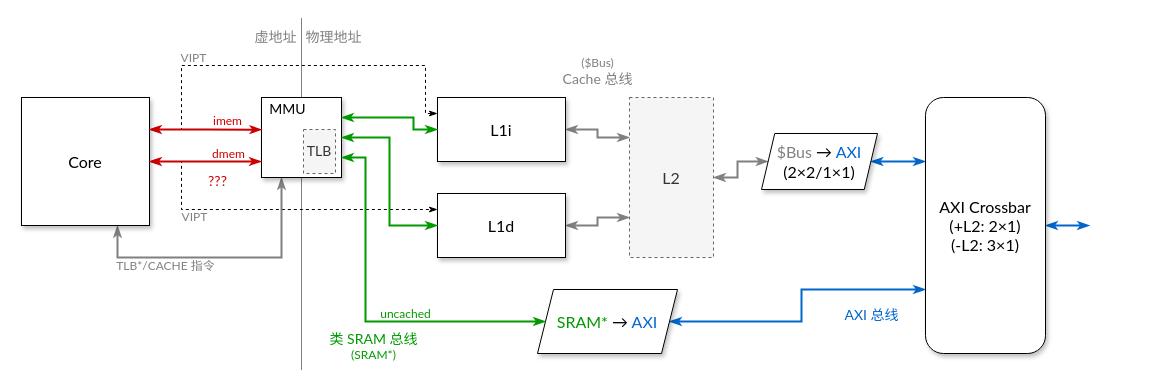
Above: cache/assets/architecture.drawio in NSCSCC-2020-Fudan/FDU1.1-NSCSCC (draw.io), before the change. Source tidied: cells renumbered, new cells numbered last; positions are measured from the earlier drawing's top-left corner, leaving out a move shared by most shapes. Both pictures are drawn from the tidied source at 100%, with x=0, y=0 at pixel (21, 17).
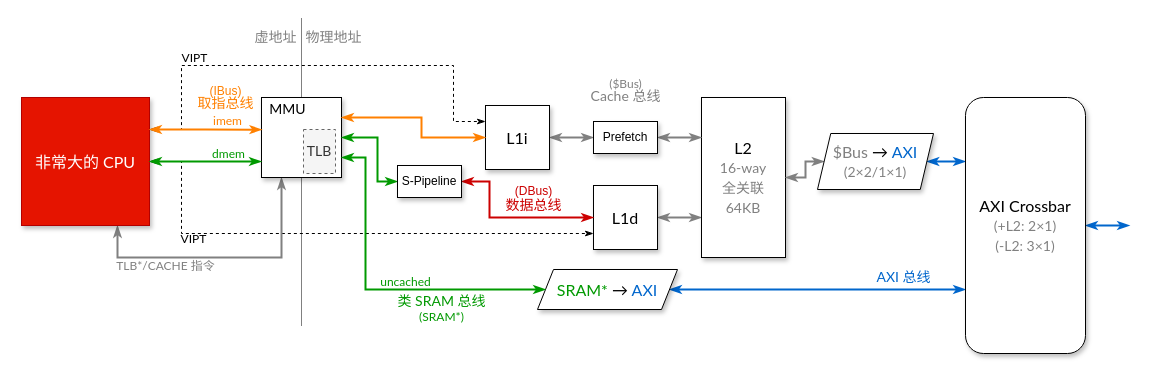
Above is the later version.

The change refers to these unchanged cells:
```xml
<mxCell id="10" style="whiteSpace=wrap;html=1;fontFamily=Lato;fontSize=16;shadow=1;" parent="1" vertex="1">
  <mxGeometry x="240" y="80" width="80" height="80" as="geometry" />
</mxCell>
```

Change to the diagram source:
```diff
@@
     <mxCell id="2" style="endArrow=none;html=1;strokeWidth=1;fontFamily=Lato;fontSize=12;fontColor=#CC0000;dashed=1;dashPattern=1 1;" parent="1" edge="1">
       <mxGeometry relative="1" as="geometry">
-        <mxPoint x="280" y="352" as="sourcePoint" />
+        <mxPoint x="280" y="308" as="sourcePoint" />
         <mxPoint x="280" as="targetPoint" />
       </mxGeometry>
     </mxCell>
-    <mxCell id="3" style="edgeStyle=orthogonalEdgeStyle;rounded=0;jettySize=auto;html=1;exitX=1;exitY=0.25;exitDx=0;exitDy=0;entryX=0;entryY=0.25;entryDx=0;entryDy=0;startArrow=classicThin;startFill=1;endArrow=classicThin;endFill=1;fontFamily=Lato;fontSize=12;fontColor=#000000;dashed=1;" parent="1" edge="1" source="9" target="13">
+    <mxCell id="3" style="edgeStyle=orthogonalEdgeStyle;rounded=0;jettySize=auto;html=1;exitX=1;exitY=0.25;exitDx=0;exitDy=0;entryX=0;entryY=0.25;entryDx=0;entryDy=0;startArrow=classicThin;startFill=1;endArrow=classicThin;endFill=1;fontFamily=Lato;fontSize=12;fontColor=#000000;dashed=1;strokeColor=#000000;" parent="1" edge="1" source="9" target="13">
       <mxGeometry relative="1" as="geometry">
         <Array as="points">
           <mxPoint x="160" y="112" />
           <mxPoint x="160" y="48" />
-          <mxPoint x="404" y="48" />
-          <mxPoint x="404" y="96" />
+          <mxPoint x="432" y="48" />
+          <mxPoint x="432" y="104" />
         </Array>
       </mxGeometry>
     </mxCell>
-    <mxCell id="4" value="VIPT" style="edgeLabel;html=1;align=center;verticalAlign=middle;fontSize=12;fontFamily=Lato;labelBackgroundColor=none;fontColor=#808080;" parent="3" vertex="1">
+    <mxCell id="4" value="VIPT" style="edgeLabel;html=1;align=center;verticalAlign=middle;fontSize=12;fontFamily=Lato;labelBackgroundColor=none;fontColor=#000000;" parent="3" vertex="1">
       <mxGeometry x="-0.08" y="2" relative="1" as="geometry">
-        <mxPoint x="-76.4" y="-6" as="offset" />
+        <mxPoint x="-102" y="-6" as="offset" />
       </mxGeometry>
     </mxCell>
-    <mxCell id="5" style="edgeStyle=orthogonalEdgeStyle;rounded=0;jettySize=auto;html=1;exitX=1;exitY=0.5;exitDx=0;exitDy=0;entryX=0;entryY=0.25;entryDx=0;entryDy=0;dashed=1;startArrow=classicThin;startFill=1;endArrow=classicThin;endFill=1;fontFamily=Lato;fontSize=12;fontColor=#000000;" parent="1" edge="1" source="9" target="15">
+    <mxCell id="5" style="edgeStyle=orthogonalEdgeStyle;rounded=0;jettySize=auto;html=1;exitX=1;exitY=0.5;exitDx=0;exitDy=0;entryX=0;entryY=0.75;entryDx=0;entryDy=0;dashed=1;startArrow=classicThin;startFill=1;endArrow=classicThin;endFill=1;fontFamily=Lato;fontSize=12;fontColor=#000000;strokeColor=#000000;" parent="1" edge="1" source="9" target="15">
       <mxGeometry relative="1" as="geometry">
         <Array as="points">
           <mxPoint x="160" y="144" />
-          <mxPoint x="160" y="192" />
+          <mxPoint x="160" y="216" />
         </Array>
       </mxGeometry>
     </mxCell>
-    <mxCell id="6" value="VIPT" style="edgeLabel;html=1;align=center;verticalAlign=middle;fontSize=12;fontFamily=Lato;labelBackgroundColor=none;fontColor=#808080;" parent="5" vertex="1">
+    <mxCell id="6" value="VIPT" style="edgeLabel;html=1;align=center;verticalAlign=middle;fontSize=12;fontFamily=Lato;labelBackgroundColor=none;fontColor=#000000;" parent="5" vertex="1">
       <mxGeometry x="-0.57" relative="1" as="geometry">
-        <mxPoint x="12" y="15.9" as="offset" />
+        <mxPoint x="4" y="5" as="offset" />
       </mxGeometry>
     </mxCell>
@@
-    <mxCell id="9" value="Core" style="rounded=0;whiteSpace=wrap;html=1;fontSize=16;fontFamily=Lato;shadow=1;" parent="1" vertex="1">
+    <mxCell id="9" value="非常大的 CPU" style="rounded=0;whiteSpace=wrap;html=1;fontSize=16;fontFamily=Lato;shadow=1;fillColor=#e51400;strokeColor=#B20000;fontColor=#ffffff;" parent="1" vertex="1">
       <mxGeometry y="80" width="128" height="128" as="geometry" />
     </mxCell>
@@
     <mxCell id="11" value="类 SRAM 总线" style="text;html=1;align=center;verticalAlign=middle;fontSize=14;fontFamily=Lato;labelBackgroundColor=none;fontColor=#009900;" parent="1" vertex="1">
-      <mxGeometry x="300" y="310" width="104" height="24" as="geometry" />
+      <mxGeometry x="368" y="272" width="104" height="24" as="geometry" />
     </mxCell>
-    <mxCell id="12" style="edgeStyle=orthogonalEdgeStyle;rounded=0;jettySize=auto;html=1;exitX=1;exitY=0.5;exitDx=0;exitDy=0;entryX=0;entryY=0.25;entryDx=0;entryDy=0;startArrow=classicThin;startFill=1;endArrow=classicThin;endFill=1;strokeWidth=2;fontFamily=Lato;fontSize=12;fontColor=none;strokeColor=#808080;" parent="1" edge="1" source="13" target="27">
+    <mxCell id="12" style="edgeStyle=orthogonalEdgeStyle;rounded=0;jettySize=auto;html=1;exitX=1;exitY=0.5;exitDx=0;exitDy=0;entryX=0;entryY=0.5;entryDx=0;entryDy=0;startArrow=classicThin;startFill=1;endArrow=classicThin;endFill=1;strokeWidth=2;fontFamily=Lato;fontSize=12;fontColor=none;strokeColor=#808080;" parent="1" edge="1" source="13" target="48">
       <mxGeometry relative="1" as="geometry" />
     </mxCell>
     <mxCell id="13" value="L1i" style="rounded=0;whiteSpace=wrap;html=1;labelBackgroundColor=none;fontFamily=Lato;fontSize=16;fontColor=#000000;shadow=1;" parent="1" vertex="1">
-      <mxGeometry x="416" y="80" width="128" height="64" as="geometry" />
+      <mxGeometry x="464" y="88" width="64" height="64" as="geometry" />
     </mxCell>
@@
     <mxCell id="15" value="L1d" style="rounded=0;whiteSpace=wrap;html=1;labelBackgroundColor=none;fontFamily=Lato;fontSize=16;fontColor=#000000;shadow=1;" parent="1" vertex="1">
-      <mxGeometry x="416" y="176" width="128" height="64" as="geometry" />
+      <mxGeometry x="572" y="168" width="64" height="64" as="geometry" />
     </mxCell>
@@
     <mxCell id="17" value="&lt;font color=&quot;#009900&quot;&gt;SRAM*&lt;/font&gt; → &lt;font color=&quot;#0066cc&quot;&gt;AXI&lt;/font&gt;" style="shape=parallelogram;perimeter=parallelogramPerimeter;whiteSpace=wrap;html=1;labelBackgroundColor=none;fontFamily=Lato;fontSize=16;fontColor=#000000;size=0.11428571428571428;shadow=1;" parent="1" vertex="1">
-      <mxGeometry x="516" y="272" width="140" height="64" as="geometry" />
+      <mxGeometry x="516" y="252" width="140" height="40" as="geometry" />
     </mxCell>
-    <mxCell id="18" style="edgeStyle=orthogonalEdgeStyle;rounded=0;jettySize=auto;html=1;exitX=1;exitY=0.25;exitDx=0;exitDy=0;entryX=0;entryY=0.5;entryDx=0;entryDy=0;startArrow=classicThin;startFill=1;endArrow=classicThin;endFill=1;fontFamily=Lato;fontSize=12;fontColor=#000000;strokeColor=#009900;strokeWidth=2;" parent="1" edge="1" source="10" target="13">
+    <mxCell id="18" style="edgeStyle=orthogonalEdgeStyle;rounded=0;jettySize=auto;html=1;exitX=1;exitY=0.25;exitDx=0;exitDy=0;entryX=0;entryY=0.5;entryDx=0;entryDy=0;startArrow=classicThin;startFill=1;endArrow=classicThin;endFill=1;fontFamily=Lato;fontSize=12;fontColor=#000000;strokeColor=#FF8000;strokeWidth=2;" parent="1" edge="1" source="10" target="13">
       <mxGeometry relative="1" as="geometry">
         <Array as="points">
-          <mxPoint x="392" y="100" />
-          <mxPoint x="392" y="112" />
+          <mxPoint x="400" y="100" />
+          <mxPoint x="400" y="120" />
         </Array>
       </mxGeometry>
     </mxCell>
-    <mxCell id="19" style="edgeStyle=orthogonalEdgeStyle;rounded=0;jettySize=auto;html=1;exitX=1;exitY=0.5;exitDx=0;exitDy=0;entryX=0;entryY=0.5;entryDx=0;entryDy=0;startArrow=classicThin;startFill=1;endArrow=classicThin;endFill=1;fontFamily=Lato;fontSize=12;fontColor=#000000;strokeColor=#009900;strokeWidth=2;" parent="1" edge="1" source="10" target="15">
-      <mxGeometry relative="1" as="geometry" />
+    <mxCell id="19" style="edgeStyle=orthogonalEdgeStyle;rounded=0;jettySize=auto;html=1;exitX=1;exitY=0.5;exitDx=0;exitDy=0;entryX=0;entryY=0.5;entryDx=0;entryDy=0;startArrow=classicThin;startFill=1;endArrow=classicThin;endFill=1;fontFamily=Lato;fontSize=12;fontColor=#000000;strokeColor=#009900;strokeWidth=2;" parent="1" edge="1" source="10" target="46">
+      <mxGeometry relative="1" as="geometry">
+        <Array as="points">
+          <mxPoint x="356" y="120" />
+          <mxPoint x="356" y="164" />
+        </Array>
+      </mxGeometry>
     </mxCell>
     <mxCell id="20" style="edgeStyle=orthogonalEdgeStyle;rounded=0;jettySize=auto;html=1;exitX=1;exitY=0.75;exitDx=0;exitDy=0;entryX=0;entryY=0.5;entryDx=0;entryDy=0;startArrow=classicThin;startFill=1;endArrow=classicThin;endFill=1;fontFamily=Lato;fontSize=12;fontColor=#000000;strokeColor=#009900;strokeWidth=2;" parent="1" edge="1" source="10" target="17">
       <mxGeometry relative="1" as="geometry">
         <Array as="points">
           <mxPoint x="344" y="140" />
-          <mxPoint x="344" y="304" />
+          <mxPoint x="344" y="272" />
         </Array>
       </mxGeometry>
     </mxCell>
     <mxCell id="21" value="uncached" style="edgeLabel;html=1;align=center;verticalAlign=middle;fontSize=12;fontFamily=Lato;fontColor=#009900;labelBackgroundColor=none;" parent="20" vertex="1">
       <mxGeometry x="0.59" relative="1" as="geometry">
-        <mxPoint x="-65.7" y="-8" as="offset" />
+        <mxPoint x="-72" y="-8" as="offset" />
       </mxGeometry>
     </mxCell>
-    <mxCell id="22" value="???" style="text;html=1;align=center;verticalAlign=middle;fontSize=14;fontFamily=Lato;fontColor=#CC0000;" parent="1" vertex="1">
-      <mxGeometry x="180" y="152" width="32" height="24" as="geometry" />
-    </mxCell>
-    <mxCell id="23" style="edgeStyle=orthogonalEdgeStyle;rounded=0;jettySize=auto;html=1;exitX=1;exitY=0.25;exitDx=0;exitDy=0;entryX=0.005;entryY=0.402;entryDx=0;entryDy=0;entryPerimeter=0;fontFamily=Lato;fontSize=16;endArrow=classicThin;endFill=1;startArrow=classicThin;startFill=1;strokeColor=#CC0000;strokeWidth=2;" parent="1" edge="1" source="9" target="10">
+    <mxCell id="23" style="edgeStyle=orthogonalEdgeStyle;rounded=0;jettySize=auto;html=1;exitX=1;exitY=0.25;exitDx=0;exitDy=0;entryX=0.005;entryY=0.402;entryDx=0;entryDy=0;entryPerimeter=0;fontFamily=Lato;fontSize=16;endArrow=classicThin;endFill=1;startArrow=classicThin;startFill=1;strokeColor=#FF8000;strokeWidth=2;" parent="1" edge="1" source="9" target="10">
       <mxGeometry relative="1" as="geometry">
         <Array as="points">
           <mxPoint x="184" y="112" />
         </Array>
       </mxGeometry>
     </mxCell>
-    <mxCell id="24" value="imem" style="edgeLabel;html=1;align=center;verticalAlign=middle;fontSize=12;fontFamily=Lato;labelBackgroundColor=none;fontColor=#CC0000;" parent="23" vertex="1">
+    <mxCell id="24" value="imem" style="edgeLabel;html=1;align=center;verticalAlign=middle;fontSize=12;fontFamily=Lato;labelBackgroundColor=none;fontColor=#FF8000;" parent="23" vertex="1">
       <mxGeometry x="0.39" relative="1" as="geometry">
         <mxPoint y="-8.1" as="offset" />
       </mxGeometry>
     </mxCell>
-    <mxCell id="25" style="edgeStyle=orthogonalEdgeStyle;rounded=0;jettySize=auto;html=1;exitX=1;exitY=0.5;exitDx=0;exitDy=0;entryX=-0.001;entryY=0.8;entryDx=0;entryDy=0;endArrow=classicThin;endFill=1;fontFamily=Lato;fontSize=16;entryPerimeter=0;startArrow=classicThin;startFill=1;strokeColor=#CC0000;strokeWidth=2;" parent="1" edge="1" source="9" target="10">
+    <mxCell id="25" style="edgeStyle=orthogonalEdgeStyle;rounded=0;jettySize=auto;html=1;exitX=1;exitY=0.5;exitDx=0;exitDy=0;entryX=-0.001;entryY=0.8;entryDx=0;entryDy=0;endArrow=classicThin;endFill=1;fontFamily=Lato;fontSize=16;entryPerimeter=0;startArrow=classicThin;startFill=1;strokeColor=#009900;strokeWidth=2;" parent="1" edge="1" source="9" target="10">
       <mxGeometry relative="1" as="geometry" />
     </mxCell>
-    <mxCell id="26" value="dmem" style="edgeLabel;html=1;align=center;verticalAlign=middle;fontSize=12;fontFamily=Lato;labelBackgroundColor=none;fontColor=#CC0000;" parent="25" vertex="1">
+    <mxCell id="26" value="dmem" style="edgeLabel;html=1;align=center;verticalAlign=middle;fontSize=12;fontFamily=Lato;labelBackgroundColor=none;fontColor=#009900;" parent="25" vertex="1">
       <mxGeometry x="0.4" y="1" relative="1" as="geometry">
         <mxPoint y="-7" as="offset" />
       </mxGeometry>
     </mxCell>
-    <mxCell id="27" value="L2" style="rounded=0;whiteSpace=wrap;html=1;labelBackgroundColor=none;strokeColor=#666666;fontFamily=Lato;fontSize=16;fontColor=#333333;dashed=1;fillColor=#f5f5f5;" parent="1" vertex="1">
-      <mxGeometry x="608" y="80" width="84" height="160" as="geometry" />
+    <mxCell id="27" value="L2&lt;br&gt;&lt;font style=&quot;font-size: 14px&quot; color=&quot;#808080&quot;&gt;16-way&lt;br&gt;全关联&lt;br&gt;64KB&lt;/font&gt;" style="rounded=0;whiteSpace=wrap;html=1;labelBackgroundColor=none;fontFamily=Lato;fontSize=16;shadow=1;" parent="1" vertex="1">
+      <mxGeometry x="680" y="80" width="84" height="160" as="geometry" />
     </mxCell>
     <mxCell id="28" value="Cache 总线" style="text;html=1;align=center;verticalAlign=middle;fontSize=14;fontFamily=Lato;labelBackgroundColor=none;fontColor=#808080;" parent="1" vertex="1">
-      <mxGeometry x="534" y="50" width="84" height="24" as="geometry" />
+      <mxGeometry x="562" y="67" width="84" height="24" as="geometry" />
     </mxCell>
@@
     <mxCell id="30" style="edgeStyle=orthogonalEdgeStyle;rounded=0;jettySize=auto;html=1;exitX=1;exitY=0.5;exitDx=0;exitDy=0;startArrow=classicThin;startFill=1;endArrow=classicThin;endFill=1;strokeWidth=2;fontFamily=Lato;fontSize=12;fontColor=#000000;strokeColor=#0066CC;" parent="1" edge="1" source="31">
       <mxGeometry relative="1" as="geometry">
-        <mxPoint x="1068" y="208" as="targetPoint" />
+        <mxPoint x="1108" y="208" as="targetPoint" />
       </mxGeometry>
     </mxCell>
-    <mxCell id="31" value="AXI Crossbar&lt;br&gt;(+L2: 2×1)&lt;br&gt;(-L2: 3×1)" style="rounded=1;whiteSpace=wrap;html=1;labelBackgroundColor=none;strokeColor=#000000;fontFamily=Lato;fontSize=16;shadow=1;" parent="1" vertex="1">
-      <mxGeometry x="904" y="80" width="120" height="256" as="geometry" />
+    <mxCell id="31" value="AXI Crossbar&lt;br&gt;&lt;font style=&quot;font-size: 14px&quot; color=&quot;#808080&quot;&gt;(+L2: 2×1)&lt;br&gt;(-L2: 3×1)&lt;/font&gt;" style="rounded=1;whiteSpace=wrap;html=1;labelBackgroundColor=none;strokeColor=#000000;fontFamily=Lato;fontSize=16;shadow=1;" parent="1" vertex="1">
+      <mxGeometry x="944" y="80" width="120" height="256" as="geometry" />
     </mxCell>
     <mxCell id="32" value="AXI 总线" style="text;html=1;align=center;verticalAlign=middle;fontSize=14;fontFamily=Lato;fontColor=#0066CC;" parent="1" vertex="1">
-      <mxGeometry x="816" y="286" width="68" height="24" as="geometry" />
+      <mxGeometry x="848" y="248" width="68" height="24" as="geometry" />
     </mxCell>
@@
     <mxCell id="35" value="(SRAM*)" style="text;html=1;align=center;verticalAlign=middle;fontSize=12;fontFamily=Lato;fontColor=#009900;" parent="1" vertex="1">
-      <mxGeometry x="322" y="328" width="60" height="20" as="geometry" />
+      <mxGeometry x="390" y="290" width="60" height="20" as="geometry" />
     </mxCell>
@@
     <mxCell id="38" style="edgeStyle=orthogonalEdgeStyle;rounded=0;jettySize=auto;html=1;exitX=0;exitY=0.5;exitDx=0;exitDy=0;entryX=1;entryY=0.5;entryDx=0;entryDy=0;startArrow=classicThin;startFill=1;endArrow=classicThin;endFill=1;strokeColor=#808080;strokeWidth=2;fontFamily=Lato;fontSize=14;fontColor=#808080;" parent="1" edge="1" source="39" target="27">
-      <mxGeometry relative="1" as="geometry" />
+      <mxGeometry relative="1" as="geometry">
+        <Array as="points">
+          <mxPoint x="784" y="144" />
+          <mxPoint x="784" y="160" />
+        </Array>
+      </mxGeometry>
     </mxCell>
-    <mxCell id="39" value="&lt;font color=&quot;#808080&quot;&gt;$Bus&lt;/font&gt; → &lt;font color=&quot;#0066cc&quot;&gt;AXI&lt;/font&gt;&lt;br&gt;(2×2/1×1)" style="shape=parallelogram;perimeter=parallelogramPerimeter;whiteSpace=wrap;html=1;labelBackgroundColor=none;fontFamily=Lato;fontSize=16;fontColor=#000000;size=0.11428571428571428;shadow=1;" parent="1" vertex="1">
-      <mxGeometry x="740" y="116" width="116" height="56" as="geometry" />
+    <mxCell id="39" value="&lt;font color=&quot;#808080&quot;&gt;$Bus&lt;/font&gt; → &lt;font color=&quot;#0066cc&quot;&gt;AXI&lt;/font&gt;&lt;br&gt;&lt;font style=&quot;font-size: 14px&quot; color=&quot;#808080&quot;&gt;(2×2/1×1)&lt;/font&gt;" style="shape=parallelogram;perimeter=parallelogramPerimeter;whiteSpace=wrap;html=1;labelBackgroundColor=none;fontFamily=Lato;fontSize=16;fontColor=#000000;size=0.11428571428571428;shadow=1;" parent="1" vertex="1">
+      <mxGeometry x="796" y="116" width="116" height="56" as="geometry" />
     </mxCell>
     <mxCell id="40" value="($Bus)" style="text;html=1;align=center;verticalAlign=middle;fontSize=12;fontFamily=Lato;fontColor=#808080;" parent="1" vertex="1">
-      <mxGeometry x="552" y="36" width="48" height="20" as="geometry" />
+      <mxGeometry x="580" y="57" width="48" height="20" as="geometry" />
     </mxCell>
+    <mxCell id="41" value="取指总线" style="text;html=1;align=center;verticalAlign=middle;fontSize=14;fontColor=#FF8000;" parent="1" vertex="1">
+      <mxGeometry x="168" y="74" width="72" height="24" as="geometry" />
+    </mxCell>
+    <mxCell id="42" value="(IBus)" style="text;html=1;align=center;verticalAlign=middle;fontSize=12;fontColor=#FF8000;" parent="1" vertex="1">
+      <mxGeometry x="180" y="64" width="48" height="20" as="geometry" />
+    </mxCell>
+    <mxCell id="43" value="数据总线" style="text;html=1;align=center;verticalAlign=middle;fontSize=14;fontColor=#CC0000;" parent="1" vertex="1">
+      <mxGeometry x="476" y="176" width="72" height="24" as="geometry" />
+    </mxCell>
+    <mxCell id="44" value="(DBus)" style="text;html=1;align=center;verticalAlign=middle;fontSize=12;fontColor=#CC0000;" parent="1" vertex="1">
+      <mxGeometry x="486" y="164" width="52" height="20" as="geometry" />
+    </mxCell>
+    <mxCell id="45" style="edgeStyle=orthogonalEdgeStyle;rounded=0;jettySize=auto;html=1;exitX=1;exitY=0.5;exitDx=0;exitDy=0;entryX=0;entryY=0.5;entryDx=0;entryDy=0;strokeColor=#CC0000;fontSize=12;fontColor=#000000;strokeWidth=2;startArrow=classicThin;startFill=1;endArrow=classicThin;endFill=1;" parent="1" edge="1" source="46" target="15">
+      <mxGeometry relative="1" as="geometry">
+        <Array as="points">
+          <mxPoint x="468" y="164" />
+          <mxPoint x="468" y="200" />
+        </Array>
+      </mxGeometry>
+    </mxCell>
+    <mxCell id="46" value="S-Pipeline" style="rounded=0;whiteSpace=wrap;html=1;shadow=1;fontSize=12;fontColor=#000000;rotation=0;" parent="1" vertex="1">
+      <mxGeometry x="376" y="148" width="64" height="32" as="geometry" />
+    </mxCell>
+    <mxCell id="47" style="edgeStyle=orthogonalEdgeStyle;rounded=0;jettySize=auto;html=1;exitX=1;exitY=0.5;exitDx=0;exitDy=0;entryX=0;entryY=0.25;entryDx=0;entryDy=0;startArrow=classicThin;startFill=1;endArrow=classicThin;endFill=1;strokeColor=#808080;strokeWidth=2;fontSize=12;fontColor=#000000;" parent="1" edge="1" source="48" target="27">
+      <mxGeometry relative="1" as="geometry">
+        <Array as="points">
+          <mxPoint x="640" y="120" />
+          <mxPoint x="640" y="120" />
+        </Array>
+      </mxGeometry>
+    </mxCell>
+    <mxCell id="48" value="Prefetch" style="rounded=0;whiteSpace=wrap;html=1;shadow=1;fontSize=12;fontColor=#000000;rotation=0;" parent="1" vertex="1">
+      <mxGeometry x="572" y="104" width="64" height="32" as="geometry" />
+    </mxCell>
```
